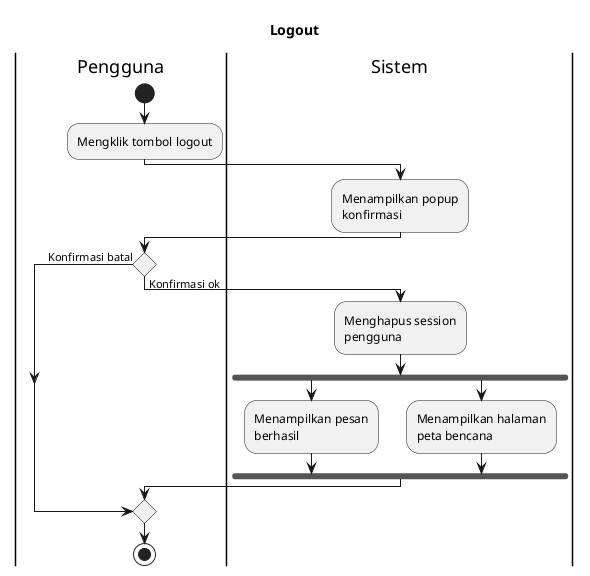
Before: export/Activity Diagrams/UC-AUTH - Autentikasi/UC-AUTH-003 - Logout.png, a diagram exported from PlantUML (bagusNA/appl-diagrams).
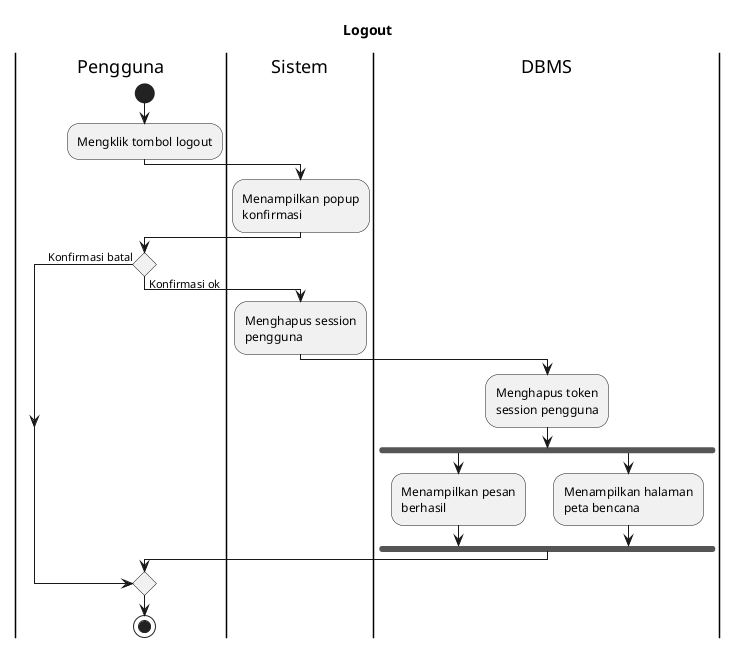
The same file after the commit.

The edit, as a diff of the source:
```diff
@@ -15,6 +15,9 @@
   |Sistem|
   :Menghapus session pengguna;
 
+  |DBMS|
+  :Menghapus token session pengguna;
+
   fork
     :Menampilkan pesan berhasil;
   fork again
```
